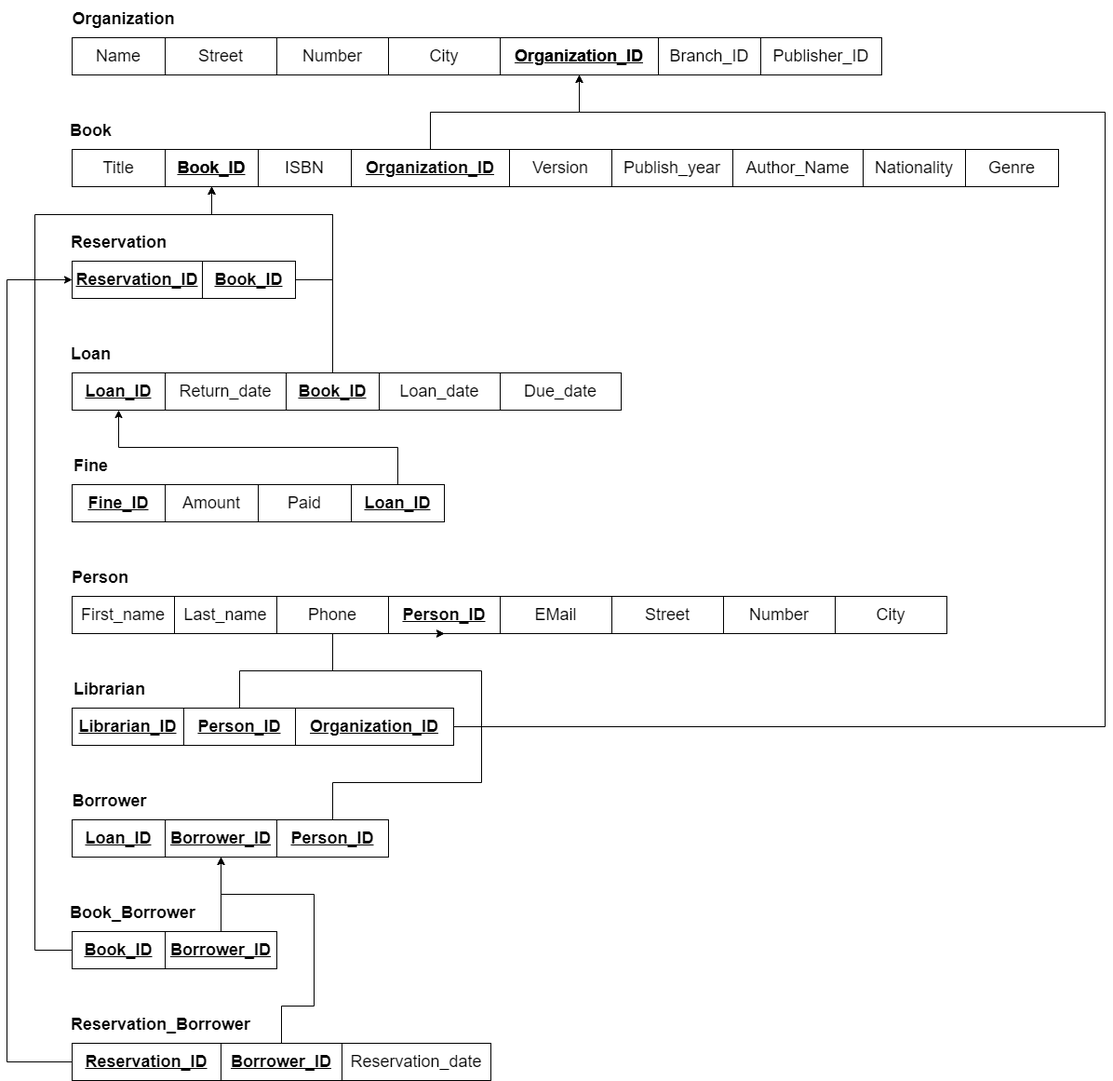
This is Relational_Model/Relational Model - 1NF.png from YouAndMEME/sose23-database, a draw.io export, as it was before one commit. Source tidied: cells renumbered, new cells last; positions are measured from the earlier drawing's top-left corner, leaving out a move shared by most shapes.
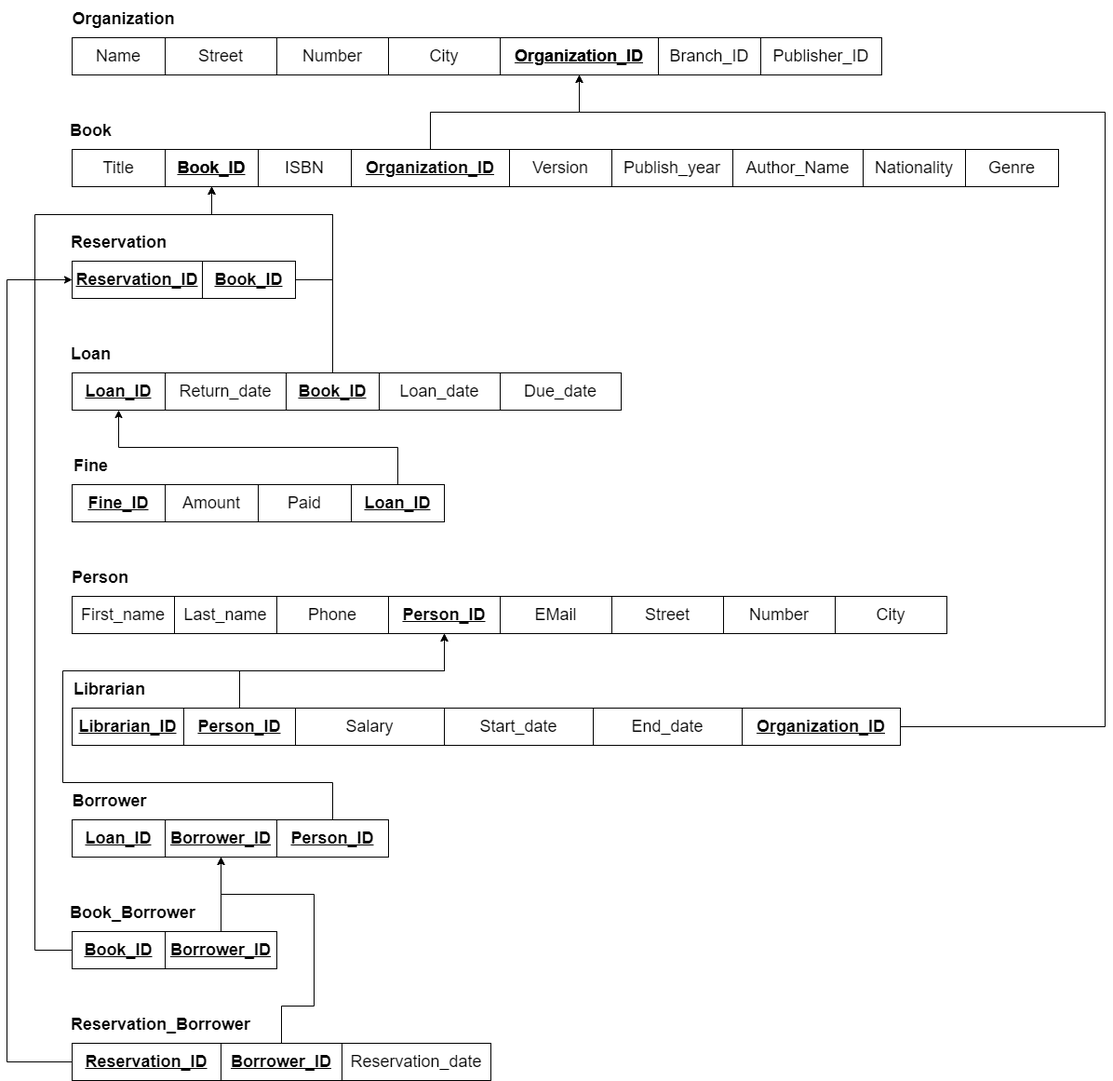
After the change.

Change to the diagram source:
```diff
@@ -145,7 +145,7 @@
       <mxGeometry relative="1" as="geometry">
         <Array as="points">
           <mxPoint x="250" y="720" />
-          <mxPoint x="350" y="720" />
+          <mxPoint x="470" y="720" />
         </Array>
       </mxGeometry>
     </mxCell>
@@ -156,9 +156,9 @@
       <mxGeometry relative="1" as="geometry">
         <Array as="points">
           <mxPoint x="350" y="840" />
-          <mxPoint x="510" y="840" />
-          <mxPoint x="510" y="720" />
-          <mxPoint x="350" y="720" />
+          <mxPoint x="60" y="840" />
+          <mxPoint x="60" y="720" />
+          <mxPoint x="470" y="720" />
         </Array>
       </mxGeometry>
     </mxCell>
@@ -229,7 +229,7 @@
       </mxGeometry>
     </mxCell>
     <mxCell id="60" value="&lt;b&gt;Organization_ID&lt;/b&gt;" style="whiteSpace=wrap;html=1;align=center;strokeColor=default;fontSize=18;fillColor=none;fontStyle=4;" parent="1" vertex="1">
-      <mxGeometry x="310" y="760" width="170" height="40" as="geometry" />
+      <mxGeometry x="790" y="760" width="170" height="40" as="geometry" />
     </mxCell>
     <mxCell id="61" value="Street" style="whiteSpace=wrap;html=1;align=center;strokeColor=default;fontSize=18;fillColor=none;" parent="1" vertex="1">
       <mxGeometry x="170" y="40" width="120" height="40" as="geometry" />
@@ -261,5 +261,14 @@
     <mxCell id="70" value="Number" style="whiteSpace=wrap;html=1;align=center;strokeColor=default;fontSize=18;fillColor=none;" parent="1" vertex="1">
       <mxGeometry x="770" y="640" width="120" height="40" as="geometry" />
     </mxCell>
+    <mxCell id="71" value="Salary" style="whiteSpace=wrap;html=1;align=center;strokeColor=default;fontSize=18;fillColor=none;" parent="1" vertex="1">
+      <mxGeometry x="310" y="760" width="160" height="40" as="geometry" />
+    </mxCell>
+    <mxCell id="72" value="End_date" style="whiteSpace=wrap;html=1;align=center;strokeColor=default;fontSize=18;fillColor=none;" parent="1" vertex="1">
+      <mxGeometry x="630" y="760" width="160" height="40" as="geometry" />
+    </mxCell>
+    <mxCell id="73" value="Start_date" style="whiteSpace=wrap;html=1;align=center;strokeColor=default;fontSize=18;fillColor=none;" parent="1" vertex="1">
+      <mxGeometry x="470" y="760" width="160" height="40" as="geometry" />
+    </mxCell>
   </root>
 </mxGraphModel>
```
